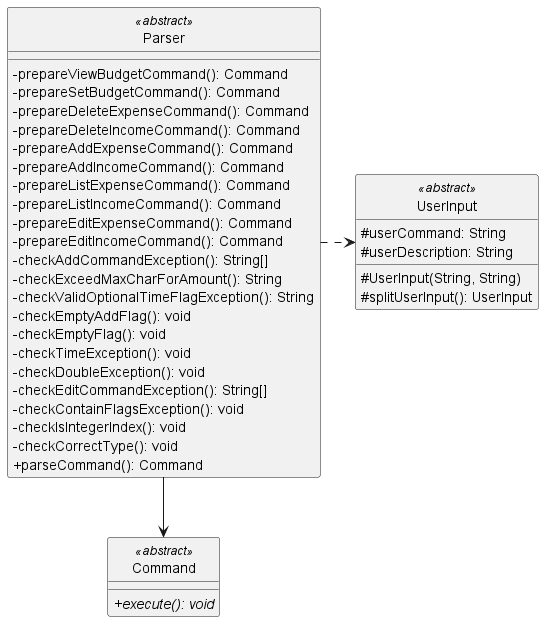
Before: docs/images/ParserClassDiagram.png, a diagram exported from PlantUML (nus-cs2113-AY2223S2/tp). Its diagram source:
```plantuml
@startuml
skinparam classAttributeIconSize 0
hide circle

class "Parser" as parser
class "Command" as command

class parser <<abstract>> {
    -prepareViewBudgetCommand(): Command
    -prepareSetBudgetCommand(): Command
    -prepareDeleteExpenseCommand(): Command
    -prepareDeleteIncomeCommand(): Command
    -prepareAddExpenseCommand(): Command
    -prepareAddIncomeCommand(): Command
    -prepareListExpenseCommand(): Command
    -prepareListIncomeCommand(): Command
    -prepareEditExpenseCommand(): Command
    -prepareEditIncomeCommand(): Command
    -checkAddCommandException(): String[]
    -checkExceedMaxCharForAmount(): String
    -checkValidOptionalTimeFlagException(): String
    -checkEmptyAddFlag(): void
    -checkEmptyFlag(): void
    -checkTimeException(): void
    -checkDoubleException(): void
    -checkEditCommandException(): String[]
    -checkContainFlagsException(): void
    -checkIsIntegerIndex(): void
    -checkCorrectType(): void
    +parseCommand(): Command
}

class command <<abstract>> {
    {abstract} +execute(): void
}

class UserInput <<abstract>> {
    #userCommand: String
    #userDescription: String

    #UserInput(String, String)
    #splitUserInput(): UserInput
}

parser --> command
parser .> UserInput

@enduml
```
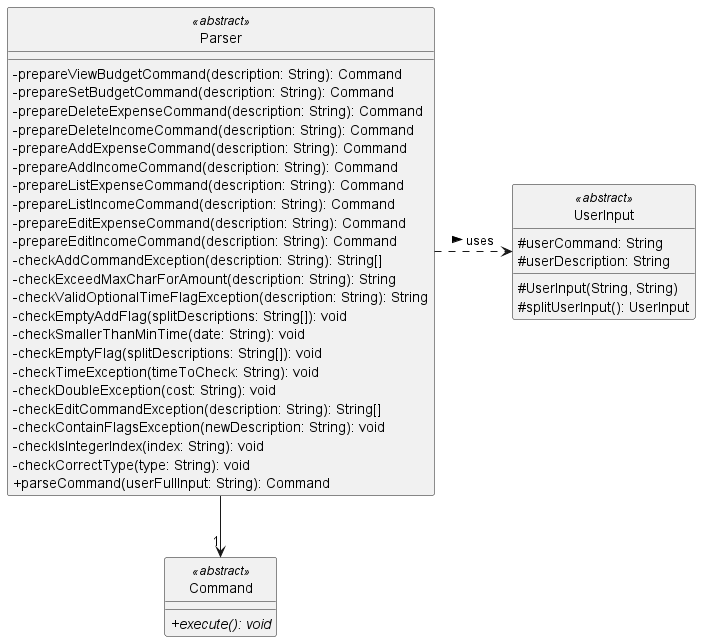
After the change.

Diff of the diagram source:
```diff
@@ -6,28 +6,29 @@
 class "Command" as command
 
 class parser <<abstract>> {
-    -prepareViewBudgetCommand(): Command
-    -prepareSetBudgetCommand(): Command
-    -prepareDeleteExpenseCommand(): Command
-    -prepareDeleteIncomeCommand(): Command
-    -prepareAddExpenseCommand(): Command
-    -prepareAddIncomeCommand(): Command
-    -prepareListExpenseCommand(): Command
-    -prepareListIncomeCommand(): Command
-    -prepareEditExpenseCommand(): Command
-    -prepareEditIncomeCommand(): Command
-    -checkAddCommandException(): String[]
-    -checkExceedMaxCharForAmount(): String
-    -checkValidOptionalTimeFlagException(): String
-    -checkEmptyAddFlag(): void
-    -checkEmptyFlag(): void
-    -checkTimeException(): void
-    -checkDoubleException(): void
-    -checkEditCommandException(): String[]
-    -checkContainFlagsException(): void
-    -checkIsIntegerIndex(): void
-    -checkCorrectType(): void
-    +parseCommand(): Command
+    -prepareViewBudgetCommand(description: String): Command
+    -prepareSetBudgetCommand(description: String): Command
+    -prepareDeleteExpenseCommand(description: String): Command
+    -prepareDeleteIncomeCommand(description: String): Command
+    -prepareAddExpenseCommand(description: String): Command
+    -prepareAddIncomeCommand(description: String): Command
+    -prepareListExpenseCommand(description: String): Command
+    -prepareListIncomeCommand(description: String): Command
+    -prepareEditExpenseCommand(description: String): Command
+    -prepareEditIncomeCommand(description: String): Command
+    -checkAddCommandException(description: String): String[]
+    -checkExceedMaxCharForAmount(description: String): String
+    -checkValidOptionalTimeFlagException(description: String): String
+    -checkEmptyAddFlag(splitDescriptions: String[]): void
+    -checkSmallerThanMinTime(date: String): void
+    -checkEmptyFlag(splitDescriptions: String[]): void
+    -checkTimeException(timeToCheck: String): void
+    -checkDoubleException(cost: String): void
+    -checkEditCommandException(description: String): String[]
+    -checkContainFlagsException(newDescription: String): void
+    -checkIsIntegerIndex(index: String): void
+    -checkCorrectType(type: String): void
+    +parseCommand(userFullInput: String): Command
 }
 
 class command <<abstract>> {
@@ -42,7 +43,7 @@
     #splitUserInput(): UserInput
 }
 
-parser --> command
-parser .> UserInput
+parser --> "1" command
+parser .> UserInput : uses >
 
 @enduml
```
